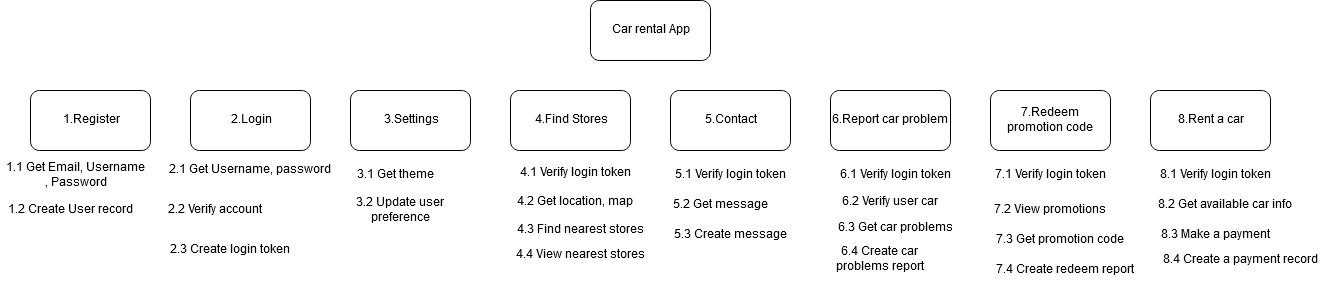
This is functionaldecomposition.png from ICT-Mahidol/2019-ITCS371-2-ORgates, a draw.io export, as it was before one commit. Source tidied: cells renumbered, new cells last; positions are measured from the earlier drawing's top-left corner, leaving out a move shared by most shapes.
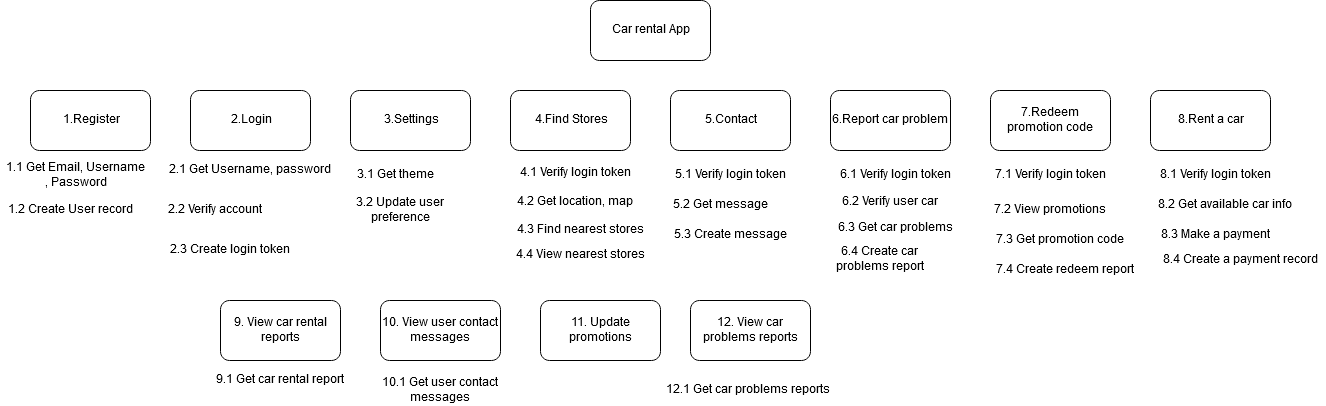
The same file after the commit.

What changed in the source:
```diff
@@ -107,5 +107,26 @@
     <mxCell id="36" value="8.4 Create a payment record" style="text;html=1;align=center;verticalAlign=middle;" parent="1" vertex="1">
       <mxGeometry x="1155" y="249.5" width="170" height="20" as="geometry" />
     </mxCell>
+    <mxCell id="37" value="9. View car rental reports" style="rounded=1;whiteSpace=wrap;html=1;" parent="1" vertex="1">
+      <mxGeometry x="220" y="300" width="120" height="60" as="geometry" />
+    </mxCell>
+    <mxCell id="38" value="10. View user contact messages" style="rounded=1;whiteSpace=wrap;html=1;" parent="1" vertex="1">
+      <mxGeometry x="380" y="300" width="120" height="60" as="geometry" />
+    </mxCell>
+    <mxCell id="39" value="11. Update promotions" style="rounded=1;whiteSpace=wrap;html=1;" parent="1" vertex="1">
+      <mxGeometry x="540" y="300" width="120" height="60" as="geometry" />
+    </mxCell>
+    <mxCell id="40" value="9.1 Get car rental report" style="text;html=1;align=center;verticalAlign=middle;" parent="1" vertex="1">
+      <mxGeometry x="210" y="370" width="140" height="20" as="geometry" />
+    </mxCell>
+    <mxCell id="41" value="&lt;div&gt;10.1 Get user contact&lt;/div&gt;&lt;div&gt;messages&lt;br&gt;&lt;/div&gt;" style="text;html=1;align=center;verticalAlign=middle;" parent="1" vertex="1">
+      <mxGeometry x="375" y="375" width="130" height="30" as="geometry" />
+    </mxCell>
+    <mxCell id="42" value="12. View car problems reports" style="rounded=1;whiteSpace=wrap;html=1;" parent="1" vertex="1">
+      <mxGeometry x="690" y="300" width="120" height="60" as="geometry" />
+    </mxCell>
+    <mxCell id="43" value="12.1 Get car problems reports" style="text;html=1;align=center;verticalAlign=middle;" parent="1" vertex="1">
+      <mxGeometry x="658" y="380" width="180" height="20" as="geometry" />
+    </mxCell>
   </root>
 </mxGraphModel>
```
